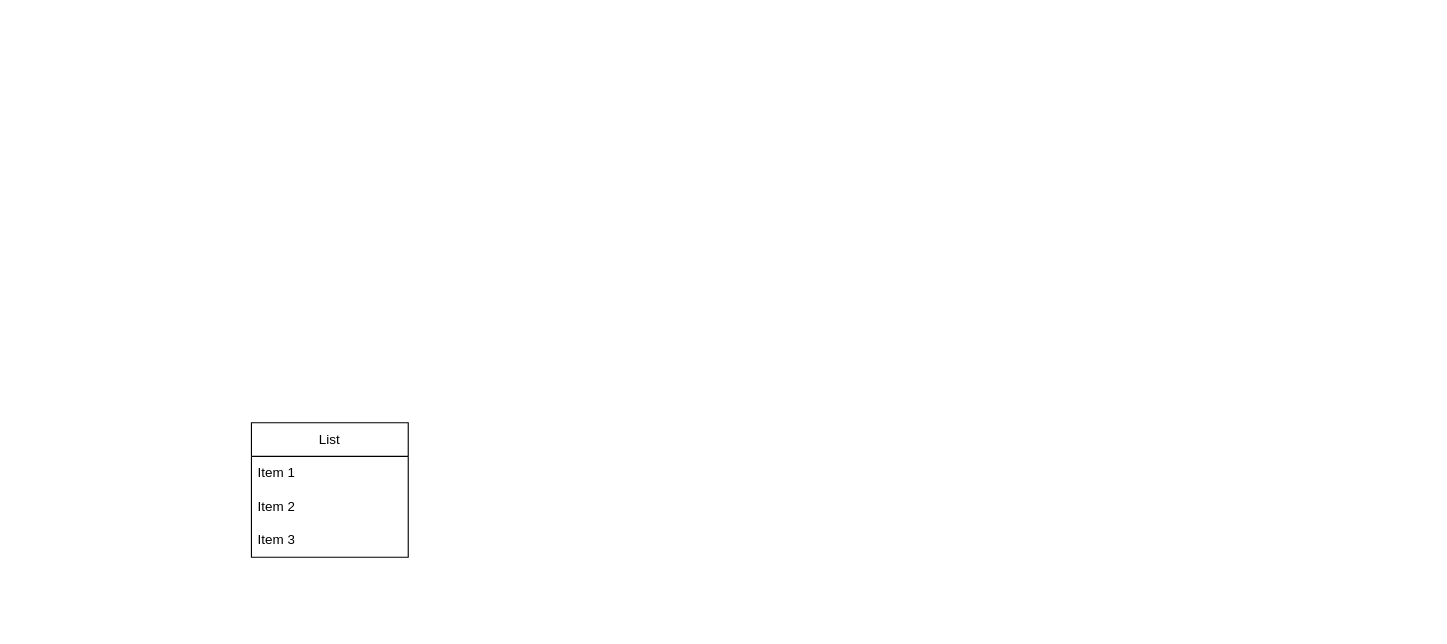
This is doc/modelv2.drawio from F11GAR0/admin_doc, a draw.io file, before an edit. Source tidied: cells renumbered, new cells numbered last; positions are measured from the earlier drawing's top-left corner, leaving out a move shared by most shapes. Both pictures are drawn from the tidied source at 112%, with x=0, y=0 at pixel (251, 422).
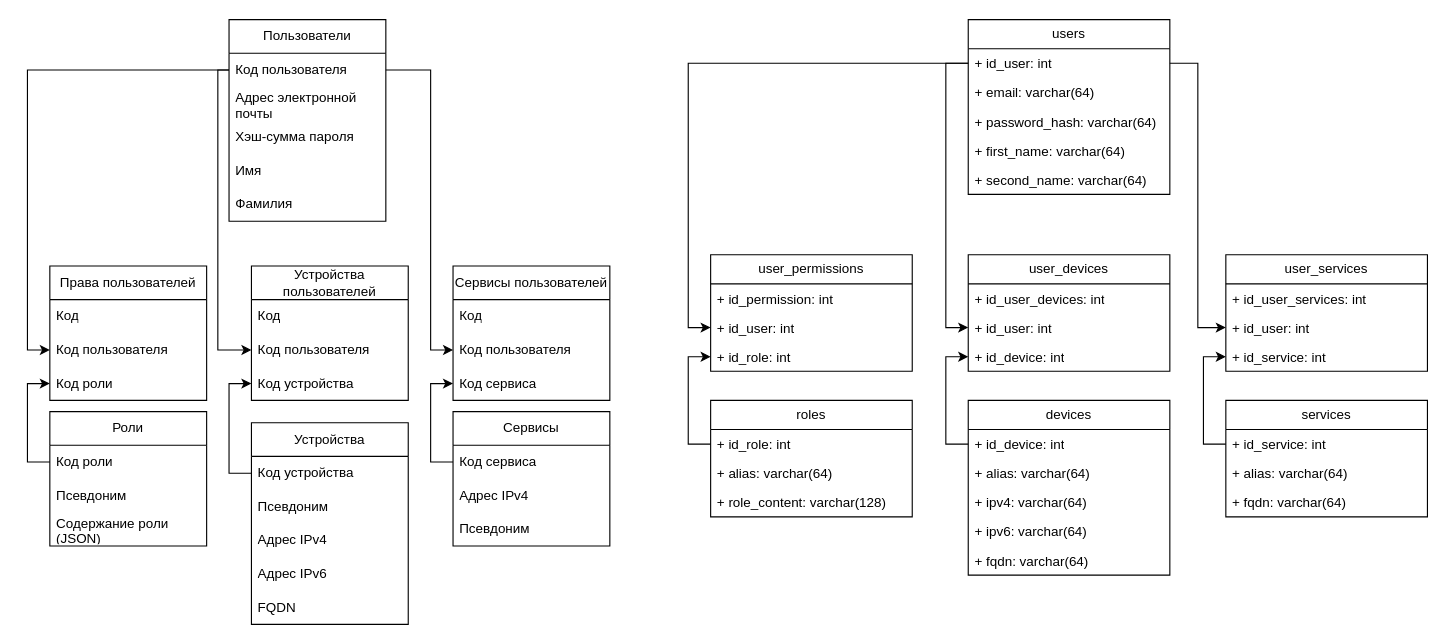
After the change.

Change to the diagram source:
```diff
@@
-    <mxCell id="2" value="List" style="swimlane;fontStyle=0;horizontal=1;startSize=30;whiteSpace=wrap;html=1;" parent="1" vertex="1">
-      <mxGeometry width="140" height="120" as="geometry" />
+    <mxCell id="2" value="Устройства" style="swimlane;fontStyle=0;horizontal=1;startSize=30;whiteSpace=wrap;html=1;" parent="1" vertex="1">
+      <mxGeometry width="140" height="180" as="geometry" />
     </mxCell>
-    <mxCell id="3" value="Item 1" style="text;strokeColor=none;fillColor=none;align=left;verticalAlign=middle;spacingLeft=4;spacingRight=4;overflow=hidden;points=[[0,0.5],[1,0.5]];portConstraint=eastwest;whiteSpace=wrap;html=1;" parent="2" vertex="1">
+    <mxCell id="3" value="Код устройства" style="text;strokeColor=none;fillColor=none;align=left;verticalAlign=middle;spacingLeft=4;spacingRight=4;overflow=hidden;points=[[0,0.5],[1,0.5]];portConstraint=eastwest;whiteSpace=wrap;html=1;" parent="2" vertex="1">
       <mxGeometry y="30" width="140" height="30" as="geometry" />
     </mxCell>
-    <mxCell id="4" value="Item 2" style="text;strokeColor=none;fillColor=none;align=left;verticalAlign=middle;spacingLeft=4;spacingRight=4;overflow=hidden;whiteSpace=wrap;html=1;" parent="2" vertex="1">
+    <mxCell id="4" value="Псевдоним" style="text;strokeColor=none;fillColor=none;align=left;verticalAlign=middle;spacingLeft=4;spacingRight=4;overflow=hidden;whiteSpace=wrap;html=1;" parent="2" vertex="1">
       <mxGeometry y="60" width="140" height="30" as="geometry" />
     </mxCell>
-    <mxCell id="5" value="Item 3" style="text;strokeColor=none;fillColor=none;align=left;verticalAlign=middle;spacingLeft=4;spacingRight=4;overflow=hidden;whiteSpace=wrap;html=1;" parent="2" vertex="1">
+    <mxCell id="5" value="Адрес IPv4" style="text;strokeColor=none;fillColor=none;align=left;verticalAlign=middle;spacingLeft=4;spacingRight=4;overflow=hidden;whiteSpace=wrap;html=1;" parent="2" vertex="1">
       <mxGeometry y="90" width="140" height="30" as="geometry" />
     </mxCell>
+    <mxCell id="6" value="Адрес IPv6" style="text;strokeColor=none;fillColor=none;align=left;verticalAlign=middle;spacingLeft=4;spacingRight=4;overflow=hidden;whiteSpace=wrap;html=1;" parent="2" vertex="1">
+      <mxGeometry y="120" width="140" height="30" as="geometry" />
+    </mxCell>
+    <mxCell id="7" value="FQDN" style="text;strokeColor=none;fillColor=none;align=left;verticalAlign=middle;spacingLeft=4;spacingRight=4;overflow=hidden;whiteSpace=wrap;html=1;" parent="2" vertex="1">
+      <mxGeometry y="150" width="140" height="30" as="geometry" />
+    </mxCell>
+    <mxCell id="8" value="Роли" style="swimlane;fontStyle=0;horizontal=1;startSize=30;whiteSpace=wrap;html=1;" parent="1" vertex="1">
+      <mxGeometry x="-180" y="-10" width="140" height="120" as="geometry" />
+    </mxCell>
+    <mxCell id="9" value="Код роли" style="text;strokeColor=none;fillColor=none;align=left;verticalAlign=middle;spacingLeft=4;spacingRight=4;overflow=hidden;points=[[0,0.5],[1,0.5]];portConstraint=eastwest;whiteSpace=wrap;html=1;" parent="8" vertex="1">
+      <mxGeometry y="30" width="140" height="30" as="geometry" />
+    </mxCell>
+    <mxCell id="10" value="Псевдоним" style="text;strokeColor=none;fillColor=none;align=left;verticalAlign=middle;spacingLeft=4;spacingRight=4;overflow=hidden;whiteSpace=wrap;html=1;" parent="8" vertex="1">
+      <mxGeometry y="60" width="140" height="30" as="geometry" />
+    </mxCell>
+    <mxCell id="11" value="Содержание роли (JSON)" style="text;strokeColor=none;fillColor=none;align=left;verticalAlign=middle;spacingLeft=4;spacingRight=4;overflow=hidden;whiteSpace=wrap;html=1;" parent="8" vertex="1">
+      <mxGeometry y="90" width="140" height="30" as="geometry" />
+    </mxCell>
+    <mxCell id="12" value="Сервисы" style="swimlane;fontStyle=0;horizontal=1;startSize=30;whiteSpace=wrap;html=1;" parent="1" vertex="1">
+      <mxGeometry x="180" y="-10" width="140" height="120" as="geometry" />
+    </mxCell>
+    <mxCell id="13" value="Код сервиса" style="text;strokeColor=none;fillColor=none;align=left;verticalAlign=middle;spacingLeft=4;spacingRight=4;overflow=hidden;points=[[0,0.5],[1,0.5]];portConstraint=eastwest;whiteSpace=wrap;html=1;" parent="12" vertex="1">
+      <mxGeometry y="30" width="140" height="30" as="geometry" />
+    </mxCell>
+    <mxCell id="14" value="Адрес IPv4" style="text;strokeColor=none;fillColor=none;align=left;verticalAlign=middle;spacingLeft=4;spacingRight=4;overflow=hidden;whiteSpace=wrap;html=1;" parent="12" vertex="1">
+      <mxGeometry y="60" width="140" height="30" as="geometry" />
+    </mxCell>
+    <mxCell id="15" value="Псевдоним" style="text;strokeColor=none;fillColor=none;align=left;verticalAlign=middle;spacingLeft=4;spacingRight=4;overflow=hidden;whiteSpace=wrap;html=1;" parent="12" vertex="1">
+      <mxGeometry y="90" width="140" height="30" as="geometry" />
+    </mxCell>
+    <mxCell id="16" value="Пользователи" style="swimlane;fontStyle=0;horizontal=1;startSize=30;whiteSpace=wrap;html=1;" parent="1" vertex="1">
+      <mxGeometry x="-20" y="-360" width="140" height="180" as="geometry" />
+    </mxCell>
+    <mxCell id="17" value="Код пользователя" style="text;strokeColor=none;fillColor=none;align=left;verticalAlign=middle;spacingLeft=4;spacingRight=4;overflow=hidden;points=[[0,0.5],[1,0.5]];portConstraint=eastwest;whiteSpace=wrap;html=1;" parent="16" vertex="1">
+      <mxGeometry y="30" width="140" height="30" as="geometry" />
+    </mxCell>
+    <mxCell id="18" value="Адрес электронной почты" style="text;strokeColor=none;fillColor=none;align=left;verticalAlign=middle;spacingLeft=4;spacingRight=4;overflow=hidden;whiteSpace=wrap;html=1;" parent="16" vertex="1">
+      <mxGeometry y="60" width="140" height="30" as="geometry" />
+    </mxCell>
+    <mxCell id="19" value="Хэш-сумма пароля" style="text;strokeColor=none;fillColor=none;align=left;verticalAlign=middle;spacingLeft=4;spacingRight=4;overflow=hidden;whiteSpace=wrap;html=1;" parent="16" vertex="1">
+      <mxGeometry y="90" width="140" height="30" as="geometry" />
+    </mxCell>
+    <mxCell id="20" value="Имя" style="text;strokeColor=none;fillColor=none;align=left;verticalAlign=middle;spacingLeft=4;spacingRight=4;overflow=hidden;whiteSpace=wrap;html=1;" parent="16" vertex="1">
+      <mxGeometry y="120" width="140" height="30" as="geometry" />
+    </mxCell>
+    <mxCell id="21" value="Фамилия" style="text;strokeColor=none;fillColor=none;align=left;verticalAlign=middle;spacingLeft=4;spacingRight=4;overflow=hidden;whiteSpace=wrap;html=1;" parent="16" vertex="1">
+      <mxGeometry y="150" width="140" height="30" as="geometry" />
+    </mxCell>
+    <mxCell id="22" value="Устройства пользователей" style="swimlane;fontStyle=0;horizontal=1;startSize=30;whiteSpace=wrap;html=1;" parent="1" vertex="1">
+      <mxGeometry y="-140" width="140" height="120" as="geometry" />
+    </mxCell>
+    <mxCell id="23" value="Код" style="text;strokeColor=none;fillColor=none;align=left;verticalAlign=middle;spacingLeft=4;spacingRight=4;overflow=hidden;whiteSpace=wrap;html=1;" parent="22" vertex="1">
+      <mxGeometry y="30" width="140" height="30" as="geometry" />
+    </mxCell>
+    <mxCell id="24" value="Код пользователя" style="text;strokeColor=none;fillColor=none;align=left;verticalAlign=middle;spacingLeft=4;spacingRight=4;overflow=hidden;points=[[0,0.5],[1,0.5]];portConstraint=eastwest;whiteSpace=wrap;html=1;" parent="22" vertex="1">
+      <mxGeometry y="60" width="140" height="30" as="geometry" />
+    </mxCell>
+    <mxCell id="25" value="Код устройства" style="text;strokeColor=none;fillColor=none;align=left;verticalAlign=middle;spacingLeft=4;spacingRight=4;overflow=hidden;points=[[0,0.5],[1,0.5]];portConstraint=eastwest;whiteSpace=wrap;html=1;" parent="22" vertex="1">
+      <mxGeometry y="90" width="140" height="30" as="geometry" />
+    </mxCell>
+    <mxCell id="26" value="Сервисы пользователей" style="swimlane;fontStyle=0;horizontal=1;startSize=30;whiteSpace=wrap;html=1;" parent="1" vertex="1">
+      <mxGeometry x="180" y="-140" width="140" height="120" as="geometry" />
+    </mxCell>
+    <mxCell id="27" value="Код" style="text;strokeColor=none;fillColor=none;align=left;verticalAlign=middle;spacingLeft=4;spacingRight=4;overflow=hidden;whiteSpace=wrap;html=1;" parent="26" vertex="1">
+      <mxGeometry y="30" width="140" height="30" as="geometry" />
+    </mxCell>
+    <mxCell id="28" value="Код пользователя" style="text;strokeColor=none;fillColor=none;align=left;verticalAlign=middle;spacingLeft=4;spacingRight=4;overflow=hidden;points=[[0,0.5],[1,0.5]];portConstraint=eastwest;whiteSpace=wrap;html=1;" parent="26" vertex="1">
+      <mxGeometry y="60" width="140" height="30" as="geometry" />
+    </mxCell>
+    <mxCell id="29" value="Код сервиса" style="text;strokeColor=none;fillColor=none;align=left;verticalAlign=middle;spacingLeft=4;spacingRight=4;overflow=hidden;points=[[0,0.5],[1,0.5]];portConstraint=eastwest;whiteSpace=wrap;html=1;" parent="26" vertex="1">
+      <mxGeometry y="90" width="140" height="30" as="geometry" />
+    </mxCell>
+    <mxCell id="30" value="Права пользователей" style="swimlane;fontStyle=0;horizontal=1;startSize=30;whiteSpace=wrap;html=1;" parent="1" vertex="1">
+      <mxGeometry x="-180" y="-140" width="140" height="120" as="geometry" />
+    </mxCell>
+    <mxCell id="31" value="Код" style="text;strokeColor=none;fillColor=none;align=left;verticalAlign=middle;spacingLeft=4;spacingRight=4;overflow=hidden;whiteSpace=wrap;html=1;" parent="30" vertex="1">
+      <mxGeometry y="30" width="140" height="30" as="geometry" />
+    </mxCell>
+    <mxCell id="32" value="Код пользователя" style="text;strokeColor=none;fillColor=none;align=left;verticalAlign=middle;spacingLeft=4;spacingRight=4;overflow=hidden;points=[[0,0.5],[1,0.5]];portConstraint=eastwest;whiteSpace=wrap;html=1;" parent="30" vertex="1">
+      <mxGeometry y="60" width="140" height="30" as="geometry" />
+    </mxCell>
+    <mxCell id="33" value="Код роли" style="text;strokeColor=none;fillColor=none;align=left;verticalAlign=middle;spacingLeft=4;spacingRight=4;overflow=hidden;points=[[0,0.5],[1,0.5]];portConstraint=eastwest;whiteSpace=wrap;html=1;" parent="30" vertex="1">
+      <mxGeometry y="90" width="140" height="30" as="geometry" />
+    </mxCell>
+    <mxCell id="34" style="edgeStyle=orthogonalEdgeStyle;rounded=0;jettySize=auto;html=1;exitX=0;exitY=0.5;exitDx=0;exitDy=0;entryX=0;entryY=0.5;entryDx=0;entryDy=0;" parent="1" edge="1" source="17" target="32">
+      <mxGeometry relative="1" as="geometry" />
+    </mxCell>
+    <mxCell id="35" style="edgeStyle=orthogonalEdgeStyle;rounded=0;jettySize=auto;html=1;exitX=0;exitY=0.5;exitDx=0;exitDy=0;entryX=0;entryY=0.5;entryDx=0;entryDy=0;" parent="1" edge="1" source="17" target="24">
+      <mxGeometry relative="1" as="geometry">
+        <Array as="points">
+          <mxPoint x="-30" y="-315" />
+          <mxPoint x="-30" y="-65" />
+        </Array>
+      </mxGeometry>
+    </mxCell>
+    <mxCell id="36" style="edgeStyle=orthogonalEdgeStyle;rounded=0;jettySize=auto;html=1;exitX=1;exitY=0.5;exitDx=0;exitDy=0;entryX=0;entryY=0.5;entryDx=0;entryDy=0;" parent="1" edge="1" source="17" target="28">
+      <mxGeometry relative="1" as="geometry">
+        <Array as="points">
+          <mxPoint x="160" y="-315" />
+          <mxPoint x="160" y="-65" />
+        </Array>
+      </mxGeometry>
+    </mxCell>
+    <mxCell id="37" style="edgeStyle=orthogonalEdgeStyle;rounded=0;jettySize=auto;html=1;exitX=0;exitY=0.5;exitDx=0;exitDy=0;entryX=0;entryY=0.5;entryDx=0;entryDy=0;" parent="1" edge="1" source="3" target="25">
+      <mxGeometry relative="1" as="geometry" />
+    </mxCell>
+    <mxCell id="38" style="edgeStyle=orthogonalEdgeStyle;rounded=0;jettySize=auto;html=1;exitX=0;exitY=0.5;exitDx=0;exitDy=0;entryX=0;entryY=0.5;entryDx=0;entryDy=0;" parent="1" edge="1" source="9" target="33">
+      <mxGeometry relative="1" as="geometry" />
+    </mxCell>
+    <mxCell id="39" style="edgeStyle=orthogonalEdgeStyle;rounded=0;jettySize=auto;html=1;exitX=0;exitY=0.5;exitDx=0;exitDy=0;entryX=0;entryY=0.5;entryDx=0;entryDy=0;" parent="1" edge="1" source="13" target="29">
+      <mxGeometry relative="1" as="geometry" />
+    </mxCell>
+    <mxCell id="40" value="users" style="swimlane;fontStyle=0;horizontal=1;startSize=26;fillColor=none;whiteSpace=wrap;html=1;" parent="1" vertex="1">
+      <mxGeometry x="640" y="-360" width="180" height="156" as="geometry" />
+    </mxCell>
+    <mxCell id="41" value="+ id_user: int" style="text;strokeColor=none;fillColor=none;align=left;verticalAlign=top;spacingLeft=4;spacingRight=4;overflow=hidden;points=[[0,0.5],[1,0.5]];portConstraint=eastwest;whiteSpace=wrap;html=1;" parent="40" vertex="1">
+      <mxGeometry y="26" width="180" height="26" as="geometry" />
+    </mxCell>
+    <mxCell id="42" value="+ email: varchar(64)" style="text;strokeColor=none;fillColor=none;align=left;verticalAlign=top;spacingLeft=4;spacingRight=4;overflow=hidden;whiteSpace=wrap;html=1;" parent="40" vertex="1">
+      <mxGeometry y="52" width="180" height="26" as="geometry" />
+    </mxCell>
+    <mxCell id="43" value="+ password_hash: varchar(64)" style="text;strokeColor=none;fillColor=none;align=left;verticalAlign=top;spacingLeft=4;spacingRight=4;overflow=hidden;whiteSpace=wrap;html=1;" parent="40" vertex="1">
+      <mxGeometry y="78" width="180" height="26" as="geometry" />
+    </mxCell>
+    <mxCell id="44" value="+ first_name: varchar(64)" style="text;strokeColor=none;fillColor=none;align=left;verticalAlign=top;spacingLeft=4;spacingRight=4;overflow=hidden;whiteSpace=wrap;html=1;" parent="40" vertex="1">
+      <mxGeometry y="104" width="180" height="26" as="geometry" />
+    </mxCell>
+    <mxCell id="45" value="+ second_name: varchar(64)" style="text;strokeColor=none;fillColor=none;align=left;verticalAlign=top;spacingLeft=4;spacingRight=4;overflow=hidden;whiteSpace=wrap;html=1;" parent="40" vertex="1">
+      <mxGeometry y="130" width="180" height="26" as="geometry" />
+    </mxCell>
+    <mxCell id="46" value="user_permissions" style="swimlane;fontStyle=0;horizontal=1;startSize=26;fillColor=none;whiteSpace=wrap;html=1;" parent="1" vertex="1">
+      <mxGeometry x="410" y="-150" width="180" height="104" as="geometry" />
+    </mxCell>
+    <mxCell id="47" value="+ id_permission: int" style="text;strokeColor=none;fillColor=none;align=left;verticalAlign=top;spacingLeft=4;spacingRight=4;overflow=hidden;whiteSpace=wrap;html=1;" parent="46" vertex="1">
+      <mxGeometry y="26" width="180" height="26" as="geometry" />
+    </mxCell>
+    <mxCell id="48" value="+ id_user: int" style="text;strokeColor=none;fillColor=none;align=left;verticalAlign=top;spacingLeft=4;spacingRight=4;overflow=hidden;points=[[0,0.5],[1,0.5]];portConstraint=eastwest;whiteSpace=wrap;html=1;" parent="46" vertex="1">
+      <mxGeometry y="52" width="180" height="26" as="geometry" />
+    </mxCell>
+    <mxCell id="49" value="+ id_role: int" style="text;strokeColor=none;fillColor=none;align=left;verticalAlign=top;spacingLeft=4;spacingRight=4;overflow=hidden;points=[[0,0.5],[1,0.5]];portConstraint=eastwest;whiteSpace=wrap;html=1;" parent="46" vertex="1">
+      <mxGeometry y="78" width="180" height="26" as="geometry" />
+    </mxCell>
+    <mxCell id="50" value="user_devices" style="swimlane;fontStyle=0;horizontal=1;startSize=26;fillColor=none;whiteSpace=wrap;html=1;" parent="1" vertex="1">
+      <mxGeometry x="640" y="-150" width="180" height="104" as="geometry" />
+    </mxCell>
+    <mxCell id="51" value="+ id_user_devices: int" style="text;strokeColor=none;fillColor=none;align=left;verticalAlign=top;spacingLeft=4;spacingRight=4;overflow=hidden;whiteSpace=wrap;html=1;" parent="50" vertex="1">
+      <mxGeometry y="26" width="180" height="26" as="geometry" />
+    </mxCell>
+    <mxCell id="52" value="+ id_user: int" style="text;strokeColor=none;fillColor=none;align=left;verticalAlign=top;spacingLeft=4;spacingRight=4;overflow=hidden;points=[[0,0.5],[1,0.5]];portConstraint=eastwest;whiteSpace=wrap;html=1;" parent="50" vertex="1">
+      <mxGeometry y="52" width="180" height="26" as="geometry" />
+    </mxCell>
+    <mxCell id="53" value="+ id_device: int" style="text;strokeColor=none;fillColor=none;align=left;verticalAlign=top;spacingLeft=4;spacingRight=4;overflow=hidden;points=[[0,0.5],[1,0.5]];portConstraint=eastwest;whiteSpace=wrap;html=1;" parent="50" vertex="1">
+      <mxGeometry y="78" width="180" height="26" as="geometry" />
+    </mxCell>
+    <mxCell id="54" value="user_services" style="swimlane;fontStyle=0;horizontal=1;startSize=26;fillColor=none;whiteSpace=wrap;html=1;" parent="1" vertex="1">
+      <mxGeometry x="870" y="-150" width="180" height="104" as="geometry" />
+    </mxCell>
+    <mxCell id="55" value="+ id_user_services: int" style="text;strokeColor=none;fillColor=none;align=left;verticalAlign=top;spacingLeft=4;spacingRight=4;overflow=hidden;whiteSpace=wrap;html=1;" parent="54" vertex="1">
+      <mxGeometry y="26" width="180" height="26" as="geometry" />
+    </mxCell>
+    <mxCell id="56" value="+ id_user: int" style="text;strokeColor=none;fillColor=none;align=left;verticalAlign=top;spacingLeft=4;spacingRight=4;overflow=hidden;points=[[0,0.5],[1,0.5]];portConstraint=eastwest;whiteSpace=wrap;html=1;" parent="54" vertex="1">
+      <mxGeometry y="52" width="180" height="26" as="geometry" />
+    </mxCell>
+    <mxCell id="57" value="+ id_service: int" style="text;strokeColor=none;fillColor=none;align=left;verticalAlign=top;spacingLeft=4;spacingRight=4;overflow=hidden;points=[[0,0.5],[1,0.5]];portConstraint=eastwest;whiteSpace=wrap;html=1;" parent="54" vertex="1">
+      <mxGeometry y="78" width="180" height="26" as="geometry" />
+    </mxCell>
+    <mxCell id="58" value="roles" style="swimlane;fontStyle=0;horizontal=1;startSize=26;fillColor=none;whiteSpace=wrap;html=1;" parent="1" vertex="1">
+      <mxGeometry x="410" y="-20" width="180" height="104" as="geometry" />
+    </mxCell>
+    <mxCell id="59" value="+ id_role: int" style="text;strokeColor=none;fillColor=none;align=left;verticalAlign=top;spacingLeft=4;spacingRight=4;overflow=hidden;points=[[0,0.5],[1,0.5]];portConstraint=eastwest;whiteSpace=wrap;html=1;" parent="58" vertex="1">
+      <mxGeometry y="26" width="180" height="26" as="geometry" />
+    </mxCell>
+    <mxCell id="60" value="+ alias: varchar(64)" style="text;strokeColor=none;fillColor=none;align=left;verticalAlign=top;spacingLeft=4;spacingRight=4;overflow=hidden;whiteSpace=wrap;html=1;" parent="58" vertex="1">
+      <mxGeometry y="52" width="180" height="26" as="geometry" />
+    </mxCell>
+    <mxCell id="61" value="+ role_content: varchar(128)" style="text;strokeColor=none;fillColor=none;align=left;verticalAlign=top;spacingLeft=4;spacingRight=4;overflow=hidden;whiteSpace=wrap;html=1;" parent="58" vertex="1">
+      <mxGeometry y="78" width="180" height="26" as="geometry" />
+    </mxCell>
+    <mxCell id="62" value="devices" style="swimlane;fontStyle=0;horizontal=1;startSize=26;fillColor=none;whiteSpace=wrap;html=1;" parent="1" vertex="1">
+      <mxGeometry x="640" y="-20" width="180" height="156" as="geometry" />
+    </mxCell>
+    <mxCell id="63" value="+ id_device: int" style="text;strokeColor=none;fillColor=none;align=left;verticalAlign=top;spacingLeft=4;spacingRight=4;overflow=hidden;points=[[0,0.5],[1,0.5]];portConstraint=eastwest;whiteSpace=wrap;html=1;" parent="62" vertex="1">
+      <mxGeometry y="26" width="180" height="26" as="geometry" />
+    </mxCell>
+    <mxCell id="64" value="+ alias: varchar(64)" style="text;strokeColor=none;fillColor=none;align=left;verticalAlign=top;spacingLeft=4;spacingRight=4;overflow=hidden;whiteSpace=wrap;html=1;" parent="62" vertex="1">
+      <mxGeometry y="52" width="180" height="26" as="geometry" />
+    </mxCell>
+    <mxCell id="65" value="+ ipv4: varchar(64)" style="text;strokeColor=none;fillColor=none;align=left;verticalAlign=top;spacingLeft=4;spacingRight=4;overflow=hidden;whiteSpace=wrap;html=1;" parent="62" vertex="1">
+      <mxGeometry y="78" width="180" height="26" as="geometry" />
+    </mxCell>
+    <mxCell id="66" value="+ ipv6: varchar(64)" style="text;strokeColor=none;fillColor=none;align=left;verticalAlign=top;spacingLeft=4;spacingRight=4;overflow=hidden;whiteSpace=wrap;html=1;" parent="62" vertex="1">
+      <mxGeometry y="104" width="180" height="26" as="geometry" />
+    </mxCell>
+    <mxCell id="67" value="+ fqdn: varchar(64)" style="text;strokeColor=none;fillColor=none;align=left;verticalAlign=top;spacingLeft=4;spacingRight=4;overflow=hidden;whiteSpace=wrap;html=1;" parent="62" vertex="1">
+      <mxGeometry y="130" width="180" height="26" as="geometry" />
+    </mxCell>
+    <mxCell id="68" value="services" style="swimlane;fontStyle=0;horizontal=1;startSize=26;fillColor=none;whiteSpace=wrap;html=1;" parent="1" vertex="1">
+      <mxGeometry x="870" y="-20" width="180" height="104" as="geometry" />
+    </mxCell>
+    <mxCell id="69" value="+ id_service: int" style="text;strokeColor=none;fillColor=none;align=left;verticalAlign=top;spacingLeft=4;spacingRight=4;overflow=hidden;points=[[0,0.5],[1,0.5]];portConstraint=eastwest;whiteSpace=wrap;html=1;" parent="68" vertex="1">
+      <mxGeometry y="26" width="180" height="26" as="geometry" />
+    </mxCell>
+    <mxCell id="70" value="+ alias: varchar(64)" style="text;strokeColor=none;fillColor=none;align=left;verticalAlign=top;spacingLeft=4;spacingRight=4;overflow=hidden;whiteSpace=wrap;html=1;" parent="68" vertex="1">
+      <mxGeometry y="52" width="180" height="26" as="geometry" />
+    </mxCell>
+    <mxCell id="71" value="+ fqdn: varchar(64)" style="text;strokeColor=none;fillColor=none;align=left;verticalAlign=top;spacingLeft=4;spacingRight=4;overflow=hidden;whiteSpace=wrap;html=1;" parent="68" vertex="1">
+      <mxGeometry y="78" width="180" height="26" as="geometry" />
+    </mxCell>
+    <mxCell id="72" style="edgeStyle=orthogonalEdgeStyle;rounded=0;jettySize=auto;html=1;exitX=0;exitY=0.5;exitDx=0;exitDy=0;entryX=0;entryY=0.5;entryDx=0;entryDy=0;" parent="1" edge="1" source="41" target="48">
+      <mxGeometry relative="1" as="geometry" />
+    </mxCell>
+    <mxCell id="73" style="edgeStyle=orthogonalEdgeStyle;rounded=0;jettySize=auto;html=1;exitX=0;exitY=0.5;exitDx=0;exitDy=0;entryX=0;entryY=0.5;entryDx=0;entryDy=0;" parent="1" edge="1" source="59" target="49">
+      <mxGeometry relative="1" as="geometry" />
+    </mxCell>
+    <mxCell id="74" style="edgeStyle=orthogonalEdgeStyle;rounded=0;jettySize=auto;html=1;exitX=0;exitY=0.5;exitDx=0;exitDy=0;entryX=0;entryY=0.5;entryDx=0;entryDy=0;" parent="1" edge="1" source="41" target="52">
+      <mxGeometry relative="1" as="geometry" />
+    </mxCell>
+    <mxCell id="75" style="edgeStyle=orthogonalEdgeStyle;rounded=0;jettySize=auto;html=1;exitX=1;exitY=0.5;exitDx=0;exitDy=0;entryX=0;entryY=0.5;entryDx=0;entryDy=0;" parent="1" edge="1" source="41" target="56">
+      <mxGeometry relative="1" as="geometry" />
+    </mxCell>
+    <mxCell id="76" style="edgeStyle=orthogonalEdgeStyle;rounded=0;jettySize=auto;html=1;exitX=0;exitY=0.5;exitDx=0;exitDy=0;entryX=0;entryY=0.5;entryDx=0;entryDy=0;" parent="1" edge="1" source="63" target="53">
+      <mxGeometry relative="1" as="geometry" />
+    </mxCell>
+    <mxCell id="77" style="edgeStyle=orthogonalEdgeStyle;rounded=0;jettySize=auto;html=1;exitX=0;exitY=0.5;exitDx=0;exitDy=0;entryX=0;entryY=0.5;entryDx=0;entryDy=0;" parent="1" edge="1" source="69" target="57">
+      <mxGeometry relative="1" as="geometry" />
+    </mxCell>
```
